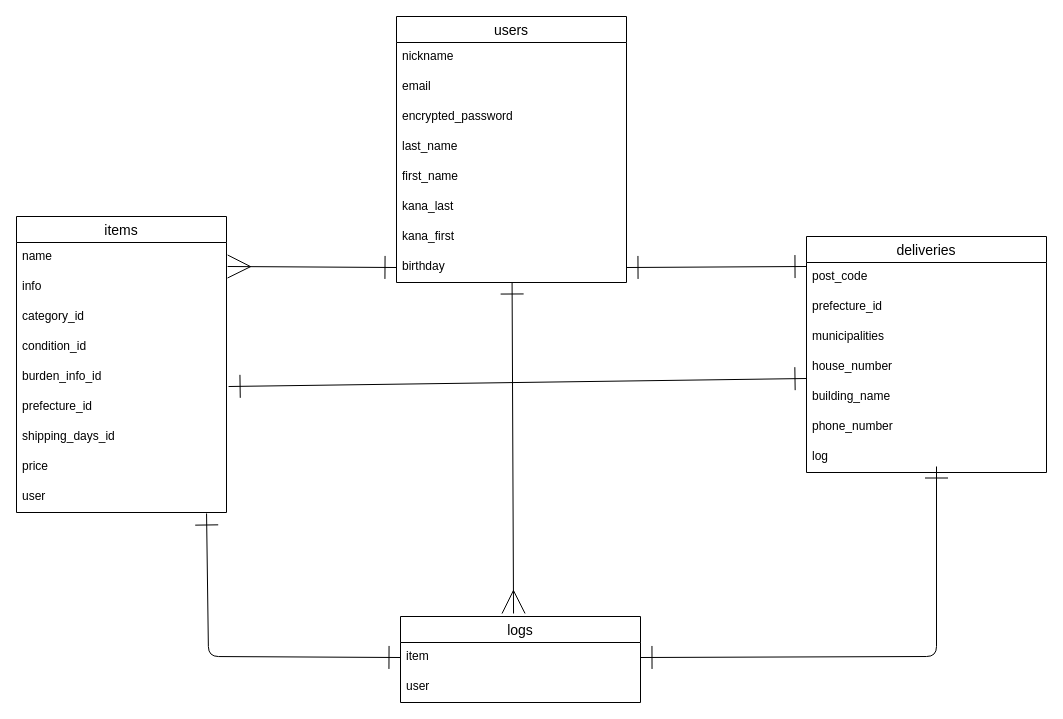
The draw.io diagram app/furima39905.dio in maximumry/furima-39905, before the edit. Source tidied: cells renumbered, new cells numbered last; positions are measured from the earlier drawing's top-left corner, leaving out a move shared by most shapes. Both pictures are drawn from the tidied source at 100%, with x=0, y=0 at pixel (16, 16).
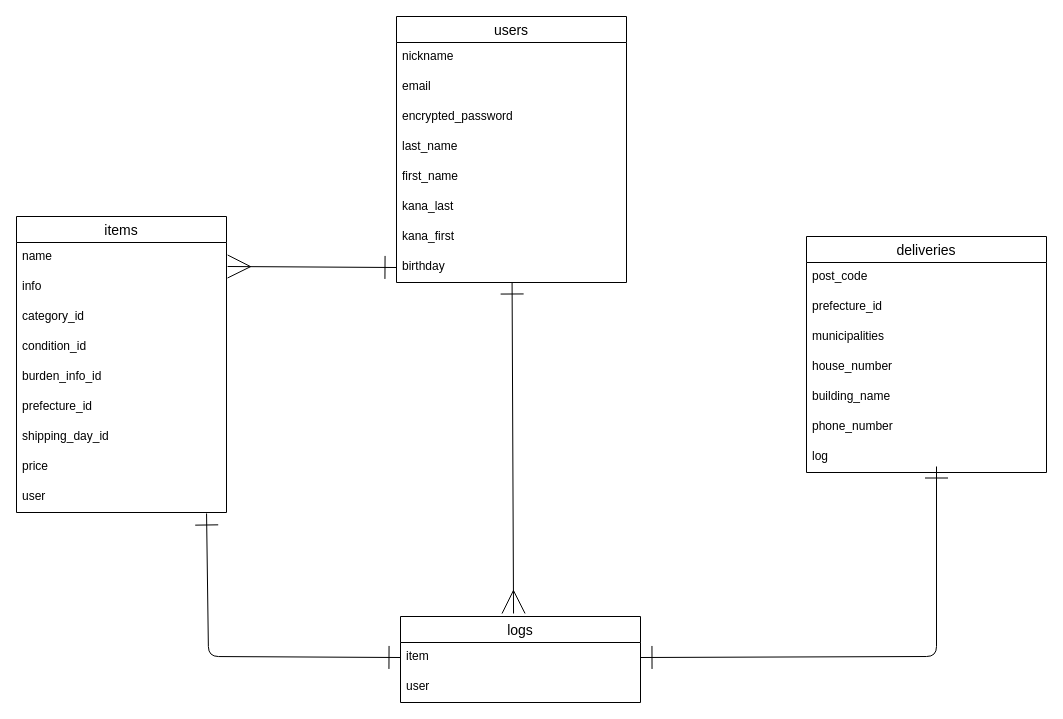
Above is the later version.

Commit message (it also covers changes not shown here):
データベース設計書(修正)

Unchanged cells that the change refers to:
```xml
<mxCell id="11" value="birthday" style="text;strokeColor=none;fillColor=none;spacingLeft=4;spacingRight=4;overflow=hidden;points=[[0,0.5],[1,0.5]];portConstraint=eastwest;fontSize=12;" parent="3" vertex="1">
  <mxGeometry y="236" width="230" height="30" as="geometry" />
</mxCell>
<mxCell id="16" value="house_number" style="text;strokeColor=none;fillColor=none;spacingLeft=4;spacingRight=4;overflow=hidden;points=[[0,0.5],[1,0.5]];portConstraint=eastwest;fontSize=12;" parent="12" vertex="1">
  <mxGeometry y="116" width="240" height="30" as="geometry" />
</mxCell>
<mxCell id="20" value="items" style="swimlane;fontStyle=0;horizontal=1;startSize=26;align=center;fontSize=14;" parent="1" vertex="1">
  <mxGeometry y="200" width="210" height="296" as="geometry" />
</mxCell>
<mxCell id="25" value="burden_info_id" style="text;strokeColor=none;fillColor=none;spacingLeft=4;spacingRight=4;overflow=hidden;points=[[0,0.5],[1,0.5]];portConstraint=eastwest;fontSize=12;" parent="20" vertex="1">
  <mxGeometry y="146" width="210" height="30" as="geometry" />
</mxCell>
```

The edit, as a diff of the source:
```diff
@@
-    <mxCell id="27" value="shipping_days_id" style="text;strokeColor=none;fillColor=none;spacingLeft=4;spacingRight=4;overflow=hidden;fontSize=12;" parent="20" vertex="1">
+    <mxCell id="27" value="shipping_day_id" style="text;strokeColor=none;fillColor=none;spacingLeft=4;spacingRight=4;overflow=hidden;fontSize=12;" parent="20" vertex="1">
       <mxGeometry y="206" width="210" height="30" as="geometry" />
     </mxCell>
@@
-    <mxCell id="34" style="edgeStyle=none;html=1;exitX=1;exitY=0.5;exitDx=0;exitDy=0;startArrow=ERone;startFill=0;endArrow=ERone;endFill=0;startSize=21;endSize=21;" parent="1" edge="1" source="11">
-      <mxGeometry relative="1" as="geometry">
-        <mxPoint x="790" y="250" as="targetPoint" />
-      </mxGeometry>
-    </mxCell>
@@
-    <mxCell id="36" style="edgeStyle=none;html=1;entryX=0;entryY=0.867;entryDx=0;entryDy=0;entryPerimeter=0;startArrow=ERone;startFill=0;endArrow=ERone;endFill=0;startSize=21;endSize=21;exitX=1.01;exitY=0.8;exitDx=0;exitDy=0;exitPerimeter=0;" parent="1" edge="1" source="25" target="16">
-      <mxGeometry relative="1" as="geometry" />
-    </mxCell>
```
